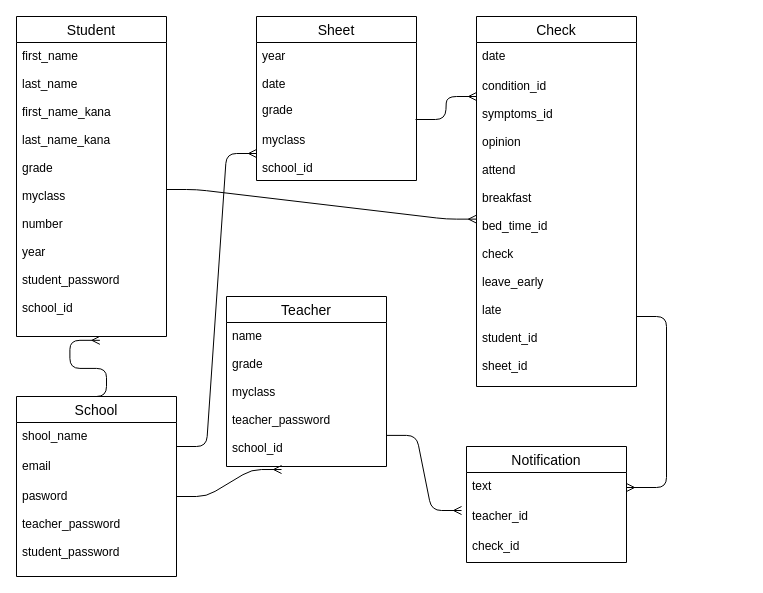
Above: ER.dio in masataku/health_check (draw.io), before the change. Source tidied: cells renumbered, new cells numbered last; positions are measured from the earlier drawing's top-left corner, leaving out a move shared by most shapes. Both pictures are drawn from the tidied source at 100%, with x=0, y=0 at pixel (16, 16).
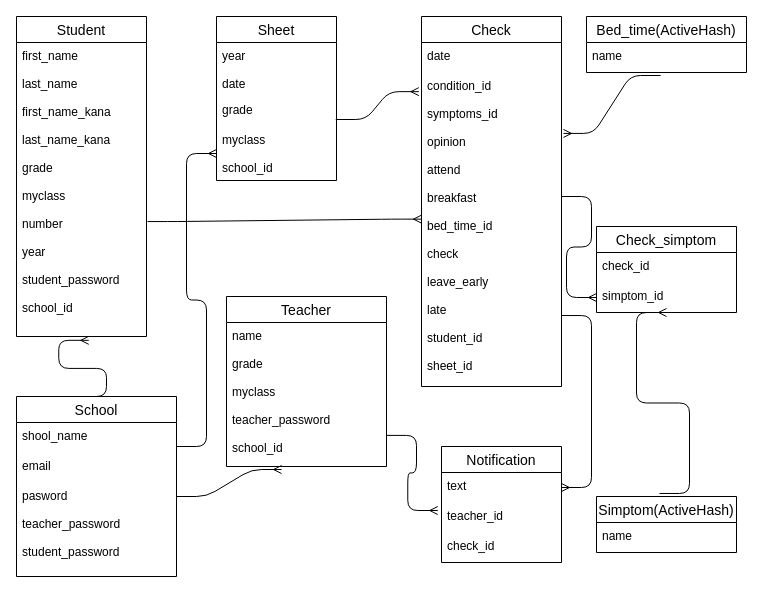
The same page after the edit.

Commit message (it also covers changes not shown here):
テーブル設計修正

What changed in the source:
```diff
@@
     <mxCell id="2" value="Student" style="swimlane;fontStyle=0;horizontal=1;startSize=26;align=center;fontSize=14;" parent="1" vertex="1">
-      <mxGeometry width="150" height="320" as="geometry" />
+      <mxGeometry width="130" height="320" as="geometry" />
     </mxCell>
     <mxCell id="3" value="first_name&#10;&#10;last_name&#10;&#10;first_name_kana&#10;&#10;last_name_kana&#10;&#10;grade&#10;&#10;myclass&#10;&#10;number&#10;&#10;year&#10;&#10;student_password&#10;&#10;school_id" style="text;strokeColor=none;fillColor=none;spacingLeft=4;spacingRight=4;overflow=hidden;points=[[0,0.5],[1,0.5]];portConstraint=eastwest;fontSize=12;" parent="2" vertex="1">
-      <mxGeometry y="26" width="150" height="294" as="geometry" />
+      <mxGeometry y="26" width="130" height="294" as="geometry" />
     </mxCell>
@@
     <mxCell id="5" value="Check" style="swimlane;fontStyle=0;horizontal=1;startSize=26;align=center;fontSize=14;" parent="1" vertex="1">
-      <mxGeometry x="460" width="160" height="370" as="geometry" />
+      <mxGeometry x="405" width="140" height="370" as="geometry" />
     </mxCell>
     <mxCell id="6" value="date" style="text;strokeColor=none;fillColor=none;spacingLeft=4;spacingRight=4;overflow=hidden;fontSize=12;" parent="5" vertex="1">
-      <mxGeometry y="26" width="160" height="30" as="geometry" />
+      <mxGeometry y="26" width="140" height="30" as="geometry" />
     </mxCell>
     <mxCell id="7" value="condition_id&#10;&#10;symptoms_id&#10;&#10;opinion&#10;&#10;attend&#10;&#10;breakfast&#10;&#10;bed_time_id&#10;&#10;check&#10;&#10;leave_early&#10;&#10;late&#10;&#10;student_id&#10;&#10;sheet_id" style="text;strokeColor=none;fillColor=none;spacingLeft=4;spacingRight=4;overflow=hidden;points=[[0,0.5],[1,0.5]];portConstraint=eastwest;fontSize=12;" parent="5" vertex="1">
-      <mxGeometry y="56" width="160" height="314" as="geometry" />
+      <mxGeometry y="56" width="140" height="314" as="geometry" />
     </mxCell>
     <mxCell id="8" value="Sheet" style="swimlane;fontStyle=0;horizontal=1;startSize=26;align=center;fontSize=14;" parent="1" vertex="1">
-      <mxGeometry x="240" width="160" height="164" as="geometry" />
+      <mxGeometry x="200" width="120" height="164" as="geometry" />
     </mxCell>
     <mxCell id="9" value="year&#10;&#10;date" style="text;strokeColor=none;fillColor=none;spacingLeft=4;spacingRight=4;overflow=hidden;fontSize=12;" parent="8" vertex="1">
-      <mxGeometry y="26" width="160" height="54" as="geometry" />
+      <mxGeometry y="26" width="120" height="54" as="geometry" />
     </mxCell>
     <mxCell id="10" value="grade" style="text;strokeColor=none;fillColor=none;spacingLeft=4;spacingRight=4;overflow=hidden;points=[[0,0.5],[1,0.5]];portConstraint=eastwest;fontSize=12;" parent="8" vertex="1">
-      <mxGeometry y="80" width="160" height="30" as="geometry" />
+      <mxGeometry y="80" width="120" height="30" as="geometry" />
     </mxCell>
     <mxCell id="11" value="myclass&#10;&#10;school_id" style="text;strokeColor=none;fillColor=none;spacingLeft=4;spacingRight=4;overflow=hidden;points=[[0,0.5],[1,0.5]];portConstraint=eastwest;fontSize=12;" parent="8" vertex="1">
-      <mxGeometry y="110" width="160" height="54" as="geometry" />
+      <mxGeometry y="110" width="120" height="54" as="geometry" />
     </mxCell>
@@
     <mxCell id="15" value="Notification" style="swimlane;fontStyle=0;horizontal=1;startSize=26;align=center;fontSize=14;" parent="1" vertex="1">
-      <mxGeometry x="450" y="430" width="160" height="116" as="geometry" />
+      <mxGeometry x="425" y="430" width="120" height="116" as="geometry" />
     </mxCell>
     <mxCell id="16" value="text" style="text;strokeColor=none;fillColor=none;spacingLeft=4;spacingRight=4;overflow=hidden;points=[[0,0.5],[1,0.5]];portConstraint=eastwest;fontSize=12;" parent="15" vertex="1">
-      <mxGeometry y="26" width="160" height="30" as="geometry" />
+      <mxGeometry y="26" width="120" height="30" as="geometry" />
     </mxCell>
     <mxCell id="17" value="teacher_id" style="text;strokeColor=none;fillColor=none;spacingLeft=4;spacingRight=4;overflow=hidden;points=[[0,0.5],[1,0.5]];portConstraint=eastwest;fontSize=12;" parent="15" vertex="1">
-      <mxGeometry y="56" width="160" height="30" as="geometry" />
+      <mxGeometry y="56" width="120" height="30" as="geometry" />
     </mxCell>
     <mxCell id="18" value="check_id" style="text;strokeColor=none;fillColor=none;spacingLeft=4;spacingRight=4;overflow=hidden;fontSize=12;" parent="15" vertex="1">
-      <mxGeometry y="86" width="160" height="30" as="geometry" />
+      <mxGeometry y="86" width="120" height="30" as="geometry" />
     </mxCell>
-    <mxCell id="19" style="edgeStyle=entityRelationEdgeStyle;fontSize=12;html=1;endArrow=ERmany;exitX=1;exitY=0.5;exitDx=0;exitDy=0;entryX=0;entryY=0.467;entryDx=0;entryDy=0;entryPerimeter=0;" parent="1" edge="1" source="3" target="7">
+    <mxCell id="19" style="edgeStyle=entityRelationEdgeStyle;fontSize=12;html=1;endArrow=ERmany;exitX=1.008;exitY=0.609;exitDx=0;exitDy=0;entryX=0;entryY=0.467;entryDx=0;entryDy=0;entryPerimeter=0;exitPerimeter=0;" parent="1" edge="1" source="3" target="7">
       <mxGeometry relative="1" as="geometry" />
     </mxCell>
@@
-    <mxCell id="21" style="edgeStyle=entityRelationEdgeStyle;fontSize=12;html=1;endArrow=ERmany;" parent="1" edge="1" target="16">
-      <mxGeometry relative="1" as="geometry">
-        <mxPoint x="620" y="300" as="sourcePoint" />
-      </mxGeometry>
+    <mxCell id="21" style="edgeStyle=entityRelationEdgeStyle;fontSize=12;html=1;endArrow=ERmany;exitX=1;exitY=0.774;exitDx=0;exitDy=0;exitPerimeter=0;" parent="1" edge="1" source="7" target="16">
+      <mxGeometry relative="1" as="geometry" />
     </mxCell>
@@
-    <mxCell id="27" style="edgeStyle=entityRelationEdgeStyle;fontSize=12;html=1;endArrow=ERmany;exitX=0.994;exitY=0.767;exitDx=0;exitDy=0;exitPerimeter=0;" parent="1" edge="1" source="10">
-      <mxGeometry relative="1" as="geometry">
-        <mxPoint x="460" y="80" as="targetPoint" />
-      </mxGeometry>
+    <mxCell id="27" style="edgeStyle=entityRelationEdgeStyle;fontSize=12;html=1;endArrow=ERmany;exitX=0.994;exitY=0.767;exitDx=0;exitDy=0;exitPerimeter=0;entryX=-0.019;entryY=0.061;entryDx=0;entryDy=0;entryPerimeter=0;" parent="1" edge="1" source="10" target="7">
+      <mxGeometry relative="1" as="geometry" />
     </mxCell>
+    <mxCell id="28" value="Check_simptom" style="swimlane;fontStyle=0;horizontal=1;startSize=26;align=center;fontSize=14;" parent="1" vertex="1">
+      <mxGeometry x="580" y="210" width="140" height="86" as="geometry" />
+    </mxCell>
+    <mxCell id="29" value="check_id" style="text;strokeColor=none;fillColor=none;spacingLeft=4;spacingRight=4;overflow=hidden;fontSize=12;" parent="28" vertex="1">
+      <mxGeometry y="26" width="140" height="30" as="geometry" />
+    </mxCell>
+    <mxCell id="30" value="simptom_id" style="text;strokeColor=none;fillColor=none;spacingLeft=4;spacingRight=4;overflow=hidden;points=[[0,0.5],[1,0.5]];portConstraint=eastwest;fontSize=12;" parent="28" vertex="1">
+      <mxGeometry y="56" width="140" height="30" as="geometry" />
+    </mxCell>
+    <mxCell id="31" style="edgeStyle=entityRelationEdgeStyle;fontSize=12;html=1;endArrow=ERmany;exitX=0.45;exitY=-0.054;exitDx=0;exitDy=0;exitPerimeter=0;" parent="28" edge="1" source="33">
+      <mxGeometry relative="1" as="geometry">
+        <mxPoint x="70" y="86" as="targetPoint" />
+      </mxGeometry>
+    </mxCell>
+    <mxCell id="32" style="edgeStyle=entityRelationEdgeStyle;fontSize=12;html=1;endArrow=ERmany;exitX=1;exitY=0.395;exitDx=0;exitDy=0;exitPerimeter=0;entryX=0;entryY=0.5;entryDx=0;entryDy=0;" parent="1" edge="1" source="7" target="30">
+      <mxGeometry relative="1" as="geometry" />
+    </mxCell>
+    <mxCell id="33" value="Simptom(ActiveHash)" style="swimlane;fontStyle=0;horizontal=1;startSize=26;align=center;fontSize=14;" parent="1" vertex="1">
+      <mxGeometry x="580" y="480" width="140" height="56" as="geometry" />
+    </mxCell>
+    <mxCell id="34" value="name" style="text;strokeColor=none;fillColor=none;spacingLeft=4;spacingRight=4;overflow=hidden;fontSize=12;" parent="33" vertex="1">
+      <mxGeometry y="26" width="140" height="30" as="geometry" />
+    </mxCell>
+    <mxCell id="35" value="Bed_time(ActiveHash)" style="swimlane;fontStyle=0;horizontal=1;startSize=26;align=center;fontSize=14;" parent="1" vertex="1">
+      <mxGeometry x="570" width="160" height="56" as="geometry" />
+    </mxCell>
+    <mxCell id="36" value="name" style="text;strokeColor=none;fillColor=none;spacingLeft=4;spacingRight=4;overflow=hidden;points=[[0,0.5],[1,0.5]];portConstraint=eastwest;fontSize=12;" parent="35" vertex="1">
+      <mxGeometry y="26" width="160" height="30" as="geometry" />
+    </mxCell>
+    <mxCell id="37" style="edgeStyle=entityRelationEdgeStyle;fontSize=12;html=1;endArrow=ERmany;entryX=1.014;entryY=0.194;entryDx=0;entryDy=0;entryPerimeter=0;exitX=0.463;exitY=1.1;exitDx=0;exitDy=0;exitPerimeter=0;" parent="1" edge="1" source="36" target="7">
+      <mxGeometry relative="1" as="geometry" />
+    </mxCell>
```
